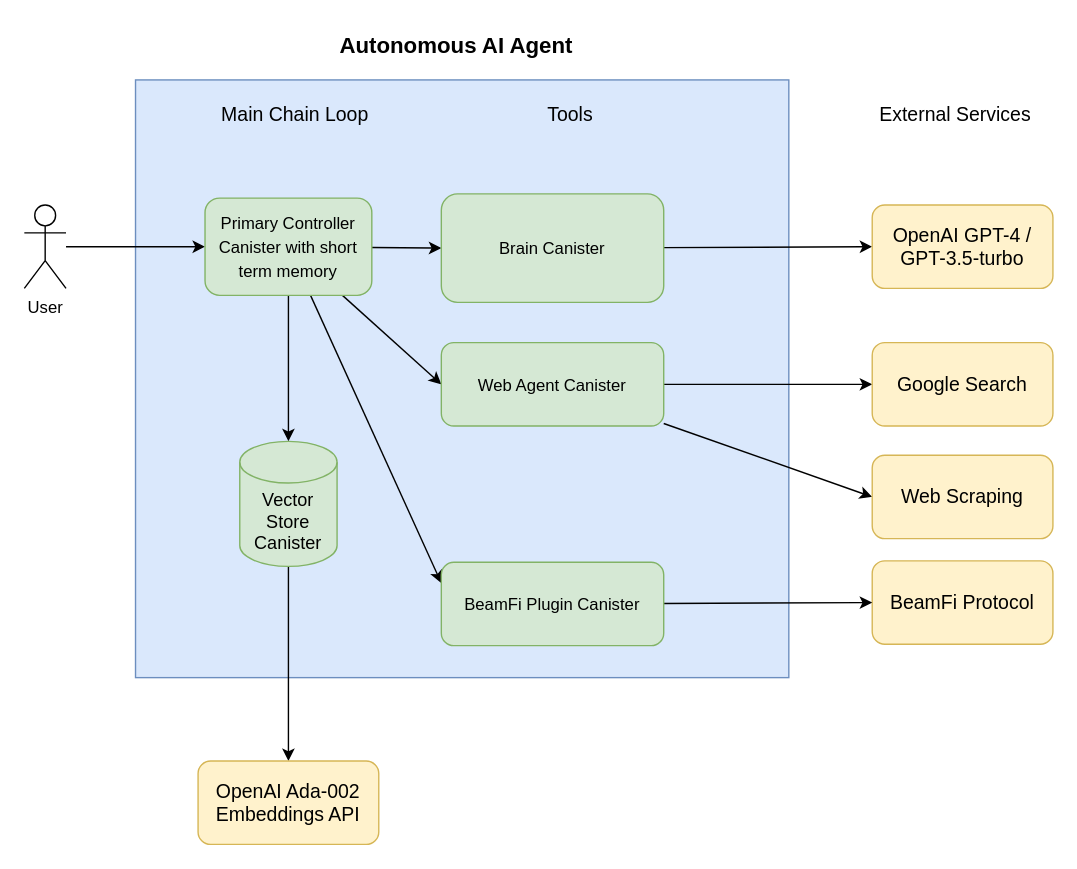
This is diagram/architecture.drawio from arcmindai/arcmindai, a draw.io file, before an edit. Source tidied: cells renumbered, new cells numbered last; positions are measured from the earlier drawing's top-left corner, leaving out a move shared by most shapes. Both pictures are drawn from the tidied source at 139%, with x=0, y=0 at pixel (24, 24).
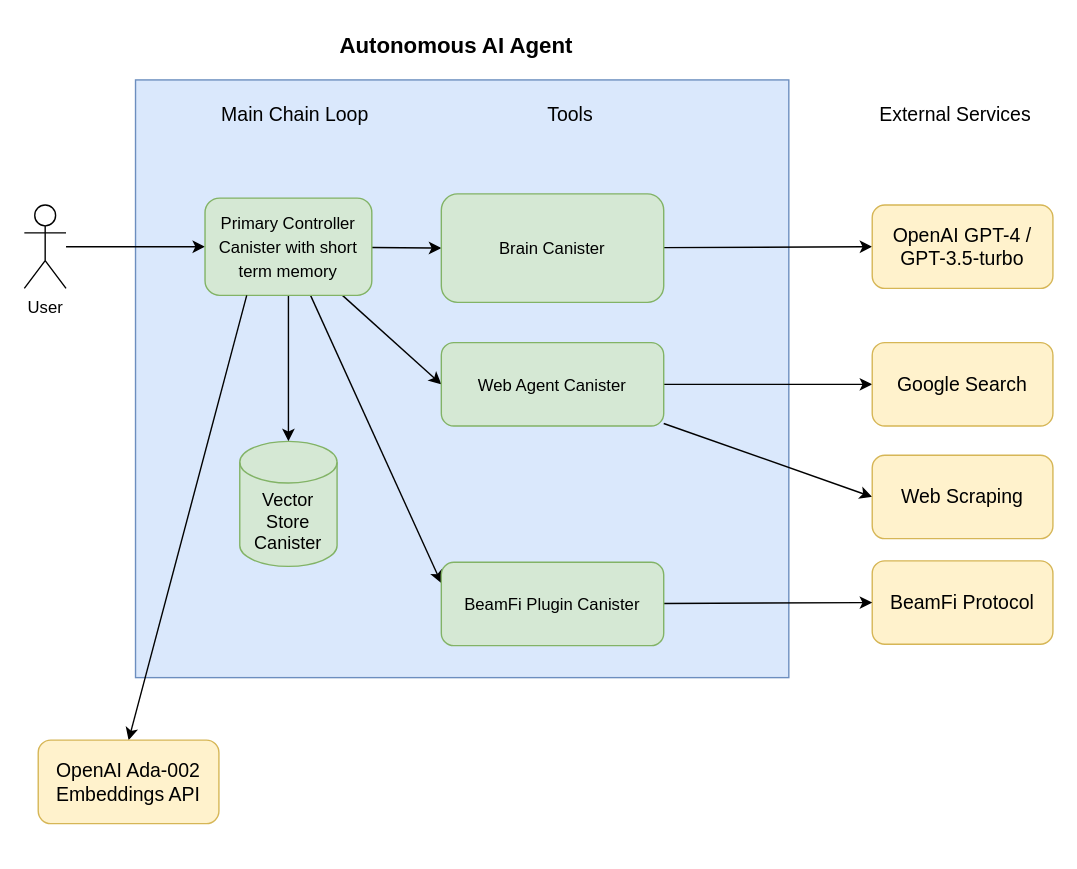
Above is the later version.

Unchanged cells that the change refers to:
```xml
<mxCell id="10" value="&lt;span style=&quot;font-size: 12px;&quot;&gt;Primary Controller Canister with short term memory&lt;/span&gt;" style="rounded=1;whiteSpace=wrap;html=1;fontSize=14;fillColor=#d5e8d4;strokeColor=#82b366;" parent="1" vertex="1">
  <mxGeometry x="130" y="125" width="120" height="70" as="geometry" />
</mxCell>
<mxCell id="25" value="Vector Store Canister" style="shape=cylinder3;whiteSpace=wrap;html=1;boundedLbl=1;backgroundOutline=1;size=15;fontSize=13;fillColor=#d5e8d4;strokeColor=#82b366;" parent="1" vertex="1">
  <mxGeometry x="155" y="300" width="70" height="90" as="geometry" />
</mxCell>
```

Change to the diagram source:
```diff
@@
-    <mxCell id="24" style="edgeStyle=none;html=1;entryX=0.5;entryY=0;entryDx=0;entryDy=0;" parent="1" edge="1" source="25" target="27">
+    <mxCell id="24" style="edgeStyle=none;html=1;entryX=0.5;entryY=0;entryDx=0;entryDy=0;exitX=0.25;exitY=1;exitDx=0;exitDy=0;" parent="1" edge="1" source="10" target="27">
       <mxGeometry relative="1" as="geometry" />
     </mxCell>
@@
     <mxCell id="27" value="OpenAI Ada-002 Embeddings API" style="rounded=1;whiteSpace=wrap;html=1;fontSize=14;fillColor=#fff2cc;strokeColor=#d6b656;" parent="1" vertex="1">
-      <mxGeometry x="125" y="530" width="130" height="60" as="geometry" />
+      <mxGeometry x="10" y="515" width="130" height="60" as="geometry" />
     </mxCell>
```
